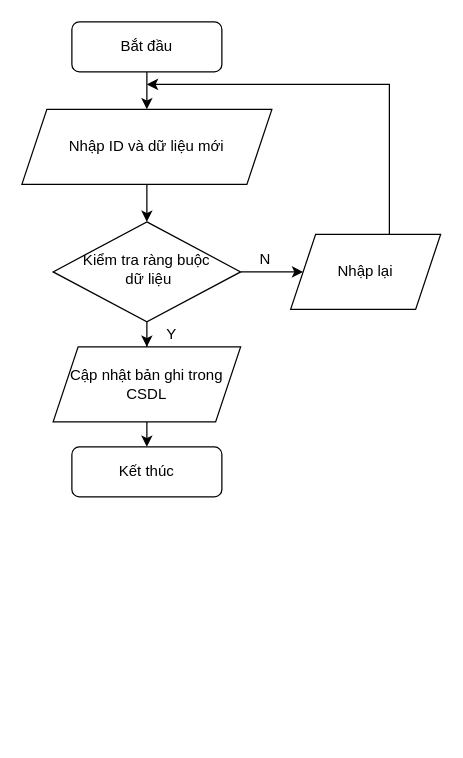
Above: assets/flow-chart/update.drawio in vanluong94/aptech-market-management-system (draw.io), before the change. Source tidied: cells renumbered, new cells numbered last; positions are measured from the earlier drawing's top-left corner, leaving out a move shared by most shapes. Both pictures are drawn from the tidied source at 125%, with x=0, y=0 at pixel (21, 21).
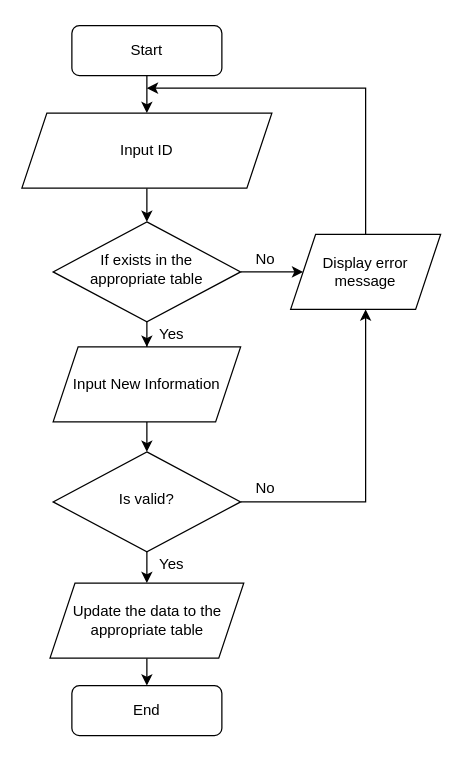
The same diagram, later.

Diff of the diagram source:
```diff
@@
-    <mxCell id="3" value="Bắt đầu" style="rounded=1;whiteSpace=wrap;html=1;fontSize=12;glass=0;strokeWidth=1;shadow=0;" parent="1" vertex="1">
-      <mxGeometry x="40" width="120" height="40" as="geometry" />
+    <mxCell id="3" value="Start" style="rounded=1;whiteSpace=wrap;html=1;fontSize=12;glass=0;strokeWidth=1;shadow=0;" parent="1" vertex="1">
+      <mxGeometry x="40" y="3" width="120" height="40" as="geometry" />
     </mxCell>
@@
-    <mxCell id="6" value="Kiểm tra ràng buộc&lt;br&gt;&amp;nbsp;dữ liệu" style="rhombus;whiteSpace=wrap;html=1;shadow=0;fontFamily=Helvetica;fontSize=12;align=center;strokeWidth=1;spacing=6;spacingTop=-4;" parent="1" vertex="1">
+    <mxCell id="6" value="&lt;div&gt;If exists in the&lt;/div&gt;&lt;div&gt;appropriate table&lt;/div&gt;" style="rhombus;whiteSpace=wrap;html=1;shadow=0;fontFamily=Helvetica;fontSize=12;align=center;strokeWidth=1;spacing=6;spacingTop=-4;" parent="1" vertex="1">
       <mxGeometry x="25" y="160" width="150" height="80" as="geometry" />
     </mxCell>
-    <mxCell id="7" value="Kết thúc" style="rounded=1;whiteSpace=wrap;html=1;fontSize=12;glass=0;strokeWidth=1;shadow=0;" parent="1" vertex="1">
-      <mxGeometry x="40" y="340" width="120" height="40" as="geometry" />
+    <mxCell id="7" value="End" style="rounded=1;whiteSpace=wrap;html=1;fontSize=12;glass=0;strokeWidth=1;shadow=0;" parent="1" vertex="1">
+      <mxGeometry x="40" y="531" width="120" height="40" as="geometry" />
     </mxCell>
@@
-    <mxCell id="9" value="Nhập ID và dữ liệu mới" style="shape=parallelogram;perimeter=parallelogramPerimeter;whiteSpace=wrap;html=1;fixedSize=1;" parent="1" vertex="1">
-      <mxGeometry y="70" width="200" height="60" as="geometry" />
+    <mxCell id="9" value="Input ID" style="shape=parallelogram;perimeter=parallelogramPerimeter;whiteSpace=wrap;html=1;fixedSize=1;" parent="1" vertex="1">
+      <mxGeometry y="73" width="200" height="60" as="geometry" />
     </mxCell>
-    <mxCell id="10" style="edgeStyle=orthogonalEdgeStyle;rounded=0;orthogonalLoop=1;jettySize=auto;html=1;entryX=0.5;entryY=0;entryDx=0;entryDy=0;" parent="1" edge="1">
-      <mxGeometry relative="1" as="geometry">
-        <mxPoint x="100" y="320" as="sourcePoint" />
-        <mxPoint x="100" y="340" as="targetPoint" />
-      </mxGeometry>
-    </mxCell>
+    <mxCell id="16" style="edgeStyle=orthogonalEdgeStyle;rounded=0;jettySize=auto;html=1;" parent="1" edge="1" source="11" target="19">
+      <mxGeometry relative="1" as="geometry" />
+    </mxCell>
-    <mxCell id="11" value="&lt;span&gt;Cập nhật bản ghi trong CSDL&lt;/span&gt;" style="shape=parallelogram;perimeter=parallelogramPerimeter;whiteSpace=wrap;html=1;fixedSize=1;" parent="1" vertex="1">
+    <mxCell id="11" value="&lt;span&gt;Input New Information&lt;/span&gt;" style="shape=parallelogram;perimeter=parallelogramPerimeter;whiteSpace=wrap;html=1;fixedSize=1;" parent="1" vertex="1">
       <mxGeometry x="25" y="260" width="150" height="60" as="geometry" />
     </mxCell>
     <mxCell id="12" style="edgeStyle=orthogonalEdgeStyle;rounded=0;jettySize=auto;html=1;" parent="1" edge="1" source="13">
       <mxGeometry relative="1" as="geometry">
-        <mxPoint x="100" y="50" as="targetPoint" />
+        <mxPoint x="100" y="53" as="targetPoint" />
         <Array as="points">
-          <mxPoint x="294" y="50" />
+          <mxPoint x="275" y="53" />
         </Array>
       </mxGeometry>
     </mxCell>
-    <mxCell id="13" value="&lt;span&gt;Nhập lại&lt;/span&gt;" style="shape=parallelogram;perimeter=parallelogramPerimeter;whiteSpace=wrap;html=1;fixedSize=1;" parent="1" vertex="1">
+    <mxCell id="13" value="&lt;span&gt;&lt;div&gt;Display error&lt;/div&gt;&lt;div&gt;message&lt;/div&gt;&lt;/span&gt;" style="shape=parallelogram;perimeter=parallelogramPerimeter;whiteSpace=wrap;html=1;fixedSize=1;" parent="1" vertex="1">
       <mxGeometry x="215" y="170" width="120" height="60" as="geometry" />
     </mxCell>
-    <mxCell id="14" value="N" style="text;html=1;strokeColor=none;fillColor=none;align=center;verticalAlign=middle;whiteSpace=wrap;rounded=0;" parent="1" vertex="1">
+    <mxCell id="14" value="No" style="text;html=1;strokeColor=none;fillColor=none;align=center;verticalAlign=middle;whiteSpace=wrap;rounded=0;" parent="1" vertex="1">
       <mxGeometry x="175" y="180" width="40" height="20" as="geometry" />
     </mxCell>
-    <mxCell id="15" value="Y" style="text;html=1;strokeColor=none;fillColor=none;align=center;verticalAlign=middle;whiteSpace=wrap;rounded=0;" parent="1" vertex="1">
+    <mxCell id="15" value="Yes" style="text;html=1;strokeColor=none;fillColor=none;align=center;verticalAlign=middle;whiteSpace=wrap;rounded=0;" parent="1" vertex="1">
       <mxGeometry x="100" y="240" width="40" height="20" as="geometry" />
     </mxCell>
+    <mxCell id="17" style="edgeStyle=orthogonalEdgeStyle;rounded=0;jettySize=auto;html=1;entryX=0.5;entryY=1;entryDx=0;entryDy=0;" parent="1" edge="1" source="19" target="13">
+      <mxGeometry relative="1" as="geometry" />
+    </mxCell>
+    <mxCell id="18" style="edgeStyle=orthogonalEdgeStyle;rounded=0;jettySize=auto;html=1;" parent="1" edge="1" source="19" target="21">
+      <mxGeometry relative="1" as="geometry" />
+    </mxCell>
+    <mxCell id="19" value="Is valid?" style="rhombus;whiteSpace=wrap;html=1;shadow=0;fontFamily=Helvetica;fontSize=12;align=center;strokeWidth=1;spacing=6;spacingTop=-4;" parent="1" vertex="1">
+      <mxGeometry x="25" y="344" width="150" height="80" as="geometry" />
+    </mxCell>
+    <mxCell id="20" style="edgeStyle=orthogonalEdgeStyle;rounded=0;jettySize=auto;html=1;entryX=0.5;entryY=0;entryDx=0;entryDy=0;" parent="1" edge="1" source="21" target="7">
+      <mxGeometry relative="1" as="geometry" />
+    </mxCell>
+    <mxCell id="21" value="Update the data to the appropriate table" style="shape=parallelogram;perimeter=parallelogramPerimeter;whiteSpace=wrap;html=1;fixedSize=1;" parent="1" vertex="1">
+      <mxGeometry x="22.5" y="449" width="155" height="60" as="geometry" />
+    </mxCell>
+    <mxCell id="22" value="No" style="text;html=1;strokeColor=none;fillColor=none;align=center;verticalAlign=middle;whiteSpace=wrap;rounded=0;" parent="1" vertex="1">
+      <mxGeometry x="175" y="363" width="40" height="20" as="geometry" />
+    </mxCell>
+    <mxCell id="23" value="Yes" style="text;html=1;strokeColor=none;fillColor=none;align=center;verticalAlign=middle;whiteSpace=wrap;rounded=0;" parent="1" vertex="1">
+      <mxGeometry x="100" y="424" width="40" height="20" as="geometry" />
+    </mxCell>
```
